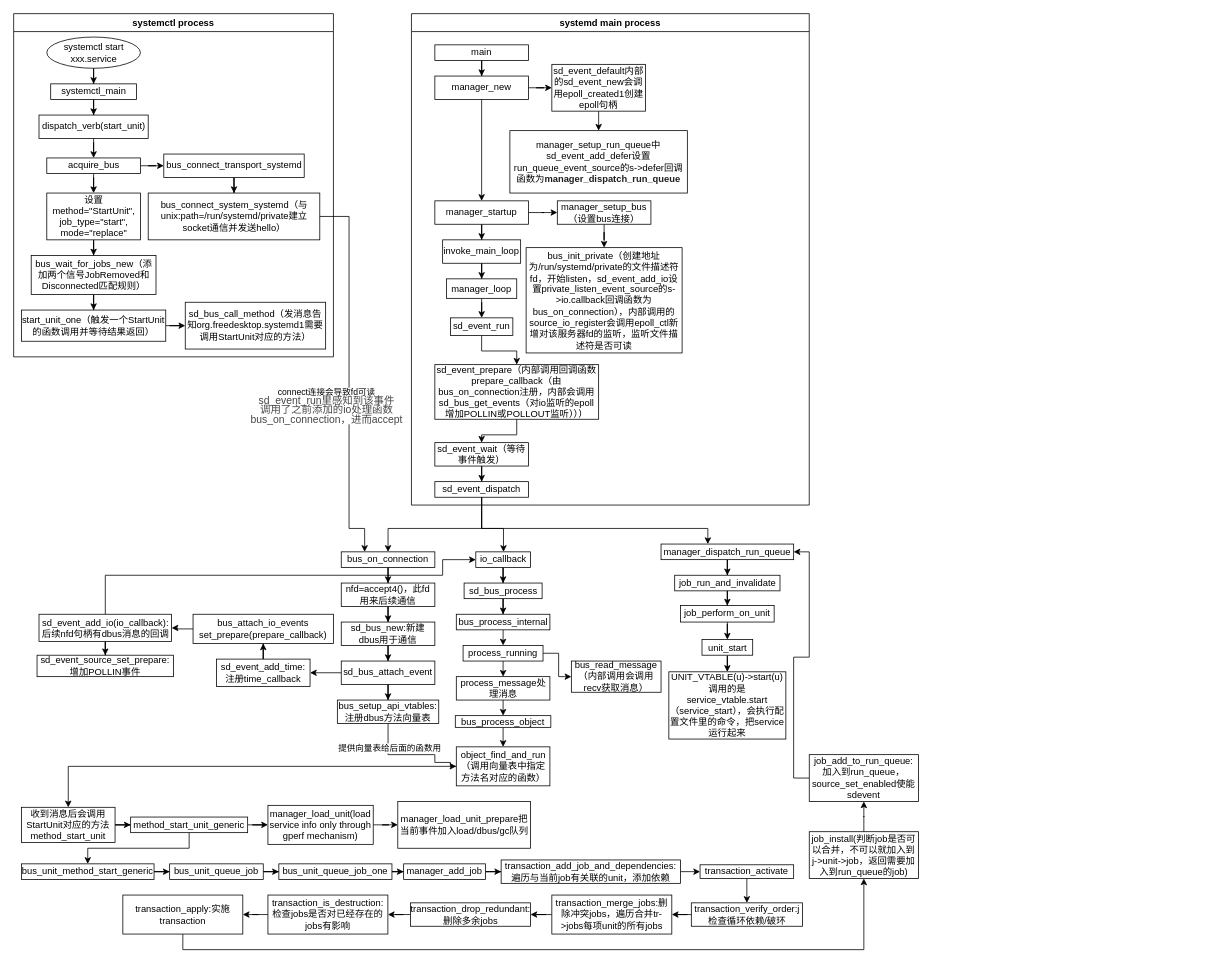
Earlier version of the draw.io diagram systemd/code_read/systemctl/systemctl_process.drawio (syyhao1994/shenyangyang.github.io). Source tidied: cells renumbered, new cells numbered last; positions are measured from the earlier drawing's top-left corner, leaving out a move shared by most shapes. Both pictures are drawn from the tidied source at 78%, with x=0, y=0 at pixel (13, 13).
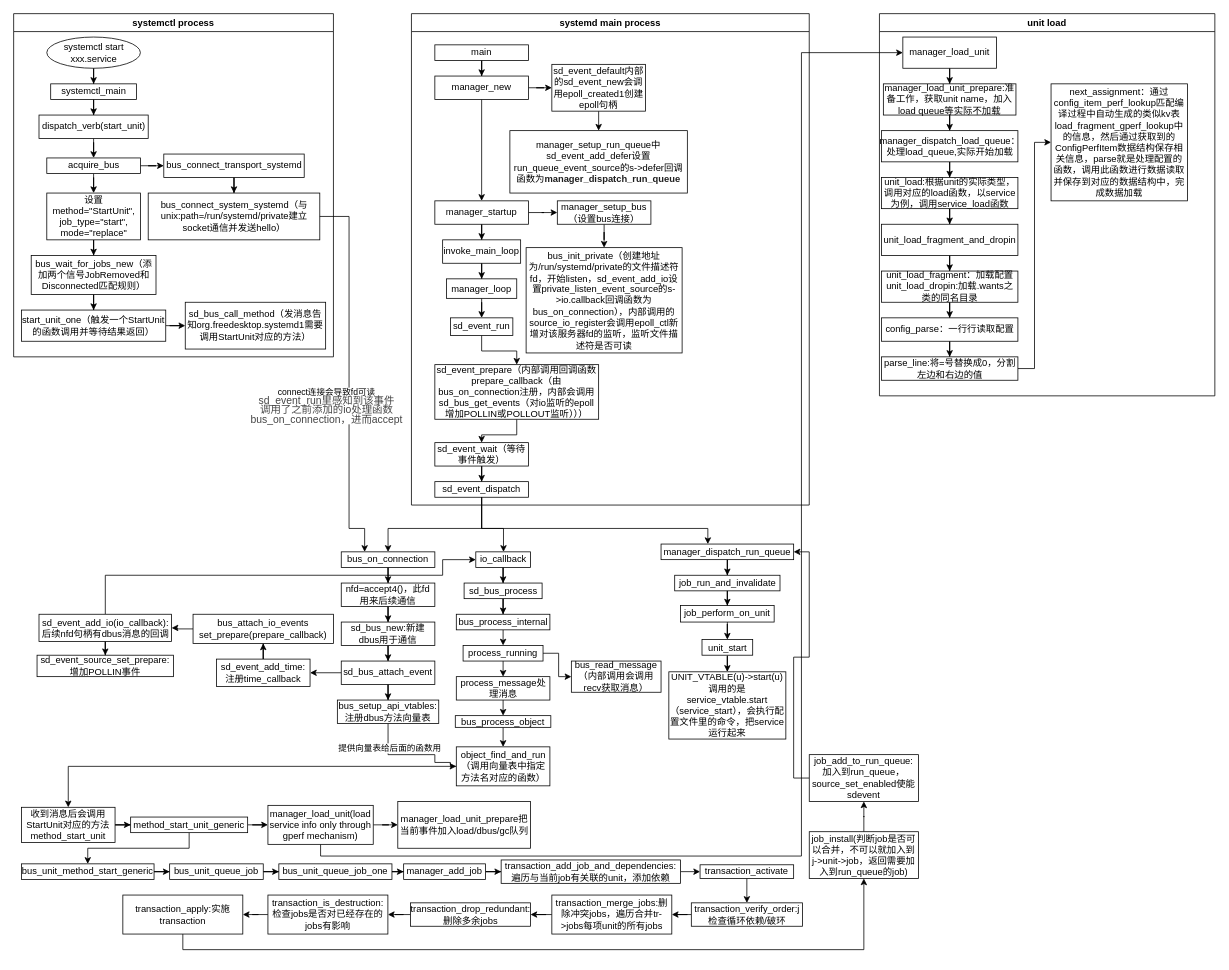
The same diagram, later.

Commit message:
update systemctl_process.drawio add unit load

The change refers to these unchanged cells:
```xml
<mxCell id="94" value="manager_load_unit(load service info only through gperf mechanism)" style="whiteSpace=wrap;html=1;" parent="1" vertex="1">
  <mxGeometry x="326" y="1015" width="135" height="50" as="geometry" />
</mxCell>
```

The edit, as a diff of the source:
```diff
@@
+    <mxCell id="132" style="edgeStyle=orthogonalEdgeStyle;rounded=0;jettySize=auto;html=1;entryX=0;entryY=0.5;entryDx=0;entryDy=0;" parent="1" edge="1" source="94" target="135">
+      <mxGeometry relative="1" as="geometry">
+        <Array as="points">
+          <mxPoint x="394" y="1080" />
+          <mxPoint x="1010" y="1080" />
+          <mxPoint x="1010" y="50" />
+        </Array>
+      </mxGeometry>
+    </mxCell>
@@
+    <mxCell id="133" value="unit load" style="swimlane;whiteSpace=wrap;html=1;" parent="1" vertex="1">
+      <mxGeometry x="1110" width="430" height="490" as="geometry" />
+    </mxCell>
+    <mxCell id="134" style="edgeStyle=orthogonalEdgeStyle;rounded=0;jettySize=auto;html=1;" parent="133" edge="1" source="135" target="137">
+      <mxGeometry relative="1" as="geometry" />
+    </mxCell>
+    <mxCell id="135" value="manager_load_unit" style="rounded=0;whiteSpace=wrap;html=1;" parent="133" vertex="1">
+      <mxGeometry x="30" y="30" width="120" height="40" as="geometry" />
+    </mxCell>
+    <mxCell id="136" style="edgeStyle=orthogonalEdgeStyle;rounded=0;jettySize=auto;html=1;" parent="133" edge="1" source="137" target="139">
+      <mxGeometry relative="1" as="geometry" />
+    </mxCell>
+    <mxCell id="137" value="manager_load_unit_prepare:准备工作，获取unit name，加入load queue等实际不加载" style="rounded=0;whiteSpace=wrap;html=1;" parent="133" vertex="1">
+      <mxGeometry x="5" y="90" width="170" height="40" as="geometry" />
+    </mxCell>
+    <mxCell id="138" style="edgeStyle=orthogonalEdgeStyle;rounded=0;jettySize=auto;html=1;" parent="133" edge="1" source="139" target="141">
+      <mxGeometry relative="1" as="geometry" />
+    </mxCell>
+    <mxCell id="139" value="manager_dispatch_load_queue：处理load_queue,实际开始加载" style="rounded=0;whiteSpace=wrap;html=1;" parent="133" vertex="1">
+      <mxGeometry x="2.5" y="150" width="175" height="40" as="geometry" />
+    </mxCell>
+    <mxCell id="140" style="edgeStyle=orthogonalEdgeStyle;rounded=0;jettySize=auto;html=1;" parent="133" edge="1" source="141" target="143">
+      <mxGeometry relative="1" as="geometry" />
+    </mxCell>
+    <mxCell id="141" value="unit_load:根据unit的实际类型，调用对应的load函数，以service为例，调用service_load函数" style="rounded=0;whiteSpace=wrap;html=1;" parent="133" vertex="1">
+      <mxGeometry x="2.5" y="210" width="175" height="40" as="geometry" />
+    </mxCell>
+    <mxCell id="142" style="edgeStyle=orthogonalEdgeStyle;rounded=0;jettySize=auto;html=1;" parent="133" edge="1" source="143" target="145">
+      <mxGeometry relative="1" as="geometry" />
+    </mxCell>
+    <mxCell id="143" value="unit_load_fragment_and_dropin" style="rounded=0;whiteSpace=wrap;html=1;" parent="133" vertex="1">
+      <mxGeometry x="2.5" y="270" width="175" height="40" as="geometry" />
+    </mxCell>
+    <mxCell id="144" style="edgeStyle=orthogonalEdgeStyle;rounded=0;jettySize=auto;html=1;" parent="133" edge="1" source="145" target="147">
+      <mxGeometry relative="1" as="geometry" />
+    </mxCell>
+    <mxCell id="145" value="unit_load_fragment：加载配置&lt;div&gt;unit_load_dropin:加载.wants之类的同名目录&lt;/div&gt;" style="rounded=0;whiteSpace=wrap;html=1;" parent="133" vertex="1">
+      <mxGeometry x="2.5" y="330" width="175" height="40" as="geometry" />
+    </mxCell>
+    <mxCell id="146" style="edgeStyle=orthogonalEdgeStyle;rounded=0;jettySize=auto;html=1;" parent="133" edge="1" source="147" target="149">
+      <mxGeometry relative="1" as="geometry" />
+    </mxCell>
+    <mxCell id="147" value="config_parse：一行行读取配置" style="rounded=0;whiteSpace=wrap;html=1;" parent="133" vertex="1">
+      <mxGeometry x="2.5" y="390" width="175" height="30" as="geometry" />
+    </mxCell>
+    <mxCell id="148" style="edgeStyle=orthogonalEdgeStyle;rounded=0;jettySize=auto;html=1;entryX=0;entryY=0.5;entryDx=0;entryDy=0;" parent="133" edge="1" source="149" target="150">
+      <mxGeometry relative="1" as="geometry" />
+    </mxCell>
+    <mxCell id="149" value="parse_line:将=号替换成0，分割左边和右边的值" style="rounded=0;whiteSpace=wrap;html=1;" parent="133" vertex="1">
+      <mxGeometry x="2.5" y="440" width="175" height="30" as="geometry" />
+    </mxCell>
+    <mxCell id="150" value="next_assignment：通过config_item_perf_lookup匹配编译过程中自动生成的类似kv表load_fragment_gperf_lookup中的信息，然后通过获取到的ConfigPerfItem数据结构保存相关信息，parse就是处理配置的函数，调用此函数进行数据读取并保存到对应的数据结构中，完成数据加载" style="rounded=0;whiteSpace=wrap;html=1;" parent="133" vertex="1">
+      <mxGeometry x="220" y="90" width="175" height="150" as="geometry" />
+    </mxCell>
```
